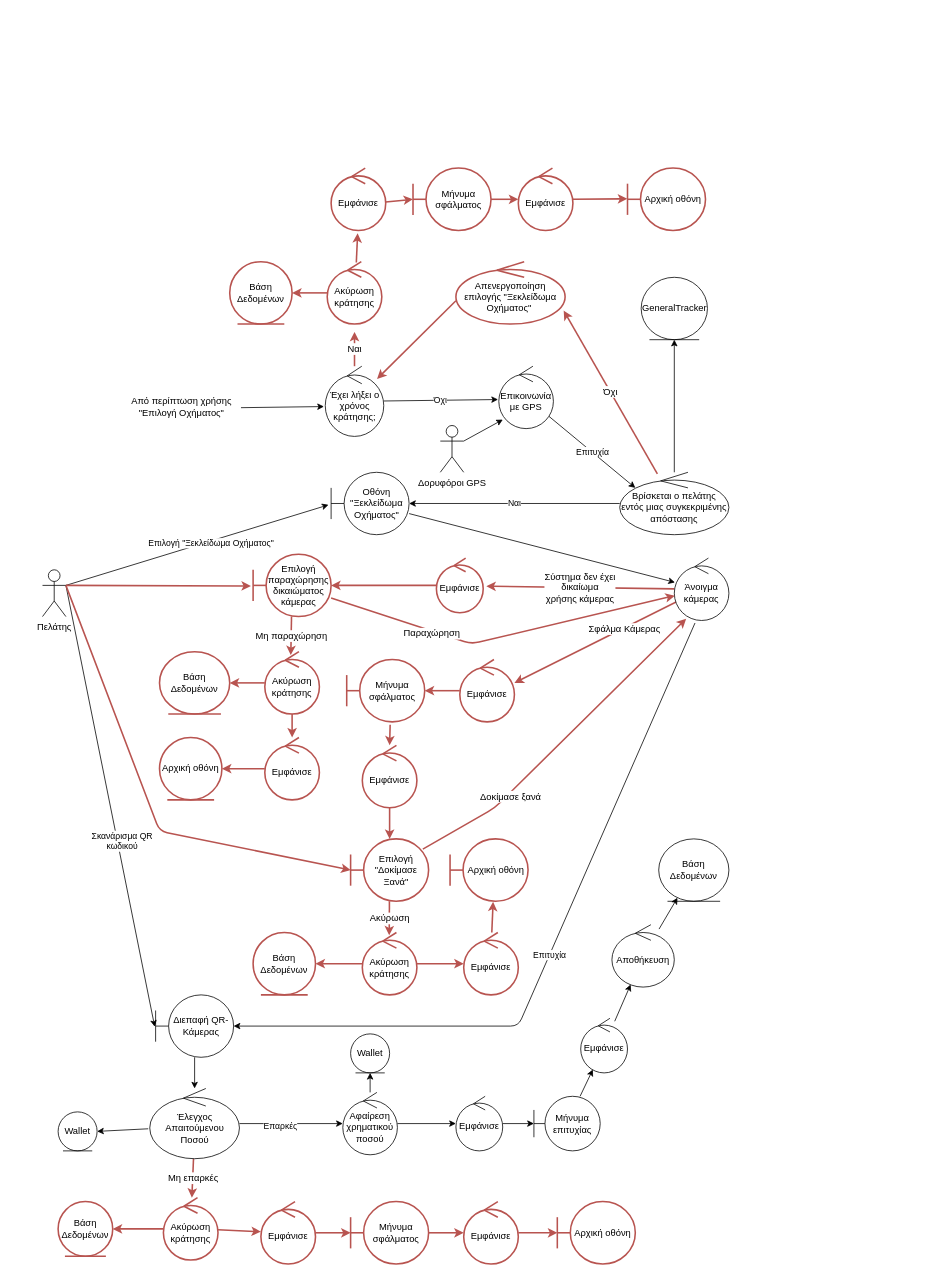
Above: Part_2/Robustness/diagrams/02_Ξεκλείδωμα_Οχήματος.drawio in Nikolis2002/texnoligia_logismikou (draw.io), before the change. Source tidied: cells renumbered, new cells numbered last; positions are measured from the earlier drawing's top-left corner, leaving out a move shared by most shapes. Both pictures are drawn from the tidied source at 78%, with x=0, y=0 at pixel (42, 168).
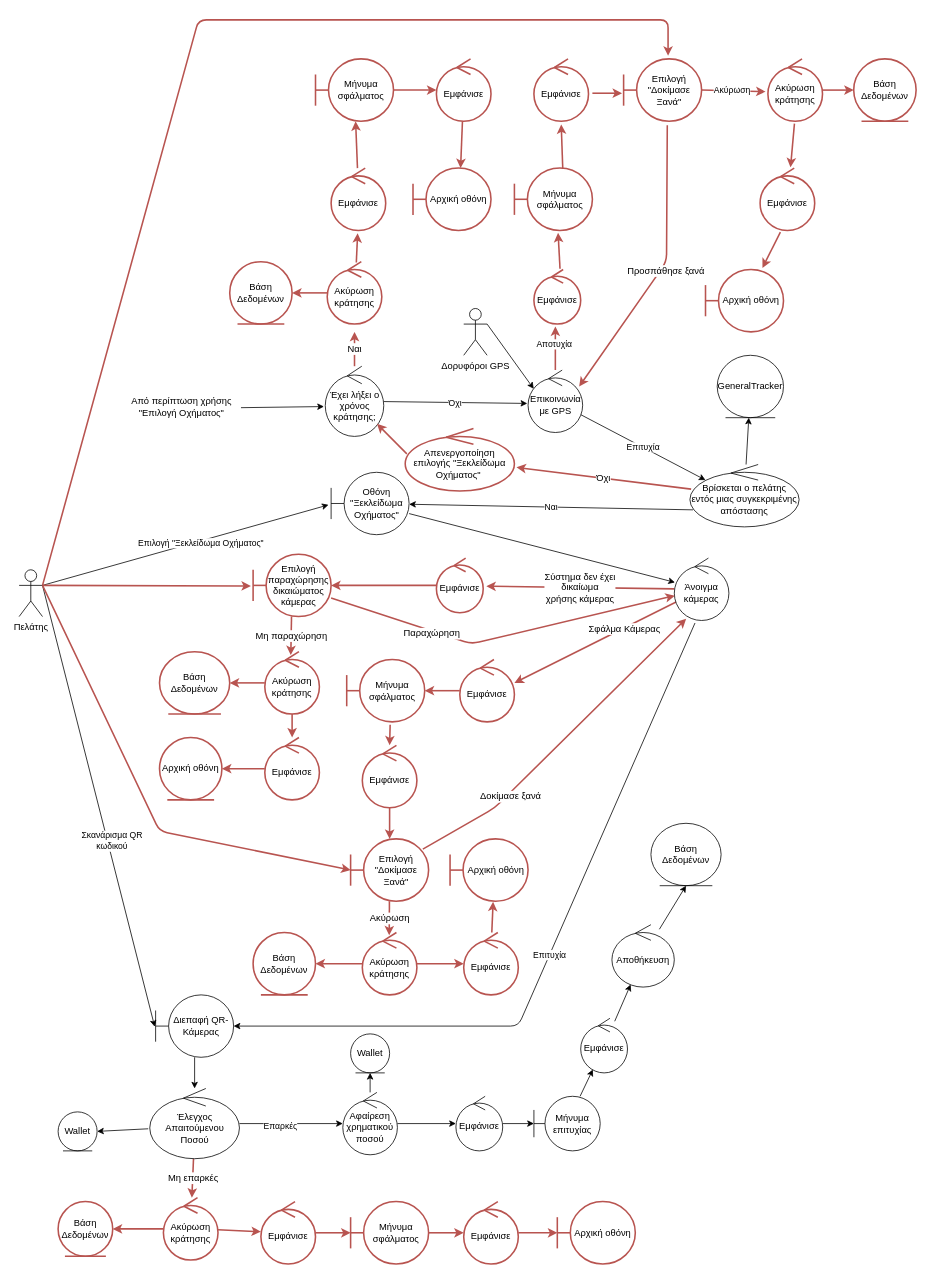
After the change.

Unchanged cells that the change refers to:
```xml
<mxCell id="10" value="Έχει λήξει ο χρόνος κράτησης;" style="ellipse;shape=umlControl;whiteSpace=wrap;html=1;" parent="1" vertex="1">
  <mxGeometry x="362.5" y="254" width="75" height="90" as="geometry" />
</mxCell>
<mxCell id="16" value="Οθόνη &quot;Ξεκλείδωμα Οχήματος&quot;" style="shape=umlBoundary;whiteSpace=wrap;html=1;" parent="1" vertex="1">
  <mxGeometry x="370" y="390" width="100" height="80" as="geometry" />
</mxCell>
<mxCell id="36" value="Αποθήκευση" style="ellipse;shape=umlControl;whiteSpace=wrap;html=1;" parent="1" vertex="1">
  <mxGeometry x="730" y="970" width="80" height="80" as="geometry" />
</mxCell>
```

Change to the diagram source:
```diff
@@
     <mxCell id="7" value="Πελάτης" style="shape=umlActor;verticalLabelPosition=bottom;verticalAlign=top;html=1;" parent="1" vertex="1">
-      <mxGeometry y="515" width="30" height="60" as="geometry" />
+      <mxGeometry x="-30" y="515" width="30" height="60" as="geometry" />
     </mxCell>
@@
-    <mxCell id="11" value="Ναι" style="edgeStyle=none;html=1;" parent="1" edge="1" target="16">
-      <mxGeometry relative="1" as="geometry">
-        <mxPoint x="740" y="430" as="sourcePoint" />
-      </mxGeometry>
+    <mxCell id="11" value="Ναι" style="edgeStyle=none;html=1;exitX=0.028;exitY=0.727;exitDx=0;exitDy=0;exitPerimeter=0;" parent="1" edge="1" source="14" target="16">
+      <mxGeometry relative="1" as="geometry" />
     </mxCell>
-    <mxCell id="12" value="Όχι" style="edgeStyle=none;html=1;entryX=0.987;entryY=0.783;entryDx=0;entryDy=0;entryPerimeter=0;fontSize=12;fillColor=none;strokeColor=#b85450;strokeWidth=2;" parent="1" edge="1" source="14" target="45">
+    <mxCell id="12" value="Όχι" style="edgeStyle=none;html=1;entryX=1.019;entryY=0.621;entryDx=0;entryDy=0;entryPerimeter=0;fontSize=12;fillColor=none;strokeColor=#b85450;strokeWidth=2;" parent="1" edge="1" source="14" target="45">
       <mxGeometry relative="1" as="geometry" />
     </mxCell>
@@
     <mxCell id="14" value="Βρίσκεται ο πελάτης εντός μιας συγκεκριμένης απόστασης" style="ellipse;shape=umlControl;whiteSpace=wrap;html=1;" parent="1" vertex="1">
-      <mxGeometry x="740" y="390" width="140" height="80" as="geometry" />
+      <mxGeometry x="830" y="380" width="140" height="80" as="geometry" />
     </mxCell>
@@
-    <mxCell id="35" style="edgeStyle=none;html=1;" parent="1" edge="1" source="36" target="38">
+    <mxCell id="35" style="edgeStyle=none;html=1;entryX=0.5;entryY=1;entryDx=0;entryDy=0;" parent="1" edge="1" source="36" target="38">
       <mxGeometry relative="1" as="geometry" />
     </mxCell>
@@
     <mxCell id="38" value="Βάση Δεδομένων" style="ellipse;shape=umlEntity;whiteSpace=wrap;html=1;" parent="1" vertex="1">
-      <mxGeometry x="790" y="860" width="90" height="80" as="geometry" />
+      <mxGeometry x="780" y="840" width="90" height="80" as="geometry" />
     </mxCell>
@@
-    <mxCell id="44" style="edgeStyle=none;html=1;exitX=0;exitY=0.625;exitDx=0;exitDy=0;exitPerimeter=0;fontSize=12;fillColor=none;strokeColor=#b85450;strokeWidth=2;" parent="1" edge="1" source="45" target="10">
+    <mxCell id="44" style="edgeStyle=none;html=1;exitX=0.015;exitY=0.405;exitDx=0;exitDy=0;exitPerimeter=0;fontSize=12;fillColor=none;strokeColor=#b85450;strokeWidth=2;" parent="1" edge="1" source="45" target="10">
       <mxGeometry relative="1" as="geometry" />
     </mxCell>
     <mxCell id="45" value="Απενεργοποίηση&lt;br&gt;επιλογής &quot;Ξεκλείδωμα Οχήματος&quot;&amp;nbsp;" style="ellipse;shape=umlControl;whiteSpace=wrap;html=1;fillColor=none;strokeColor=#b85450;strokeWidth=2;" parent="1" vertex="1">
-      <mxGeometry x="530" y="120" width="140" height="80" as="geometry" />
+      <mxGeometry x="465" y="334" width="140" height="80" as="geometry" />
     </mxCell>
@@
     <mxCell id="66" value="Επικοινωνία με GPS" style="ellipse;shape=umlControl;whiteSpace=wrap;html=1;" parent="1" vertex="1">
-      <mxGeometry x="585" y="254" width="70" height="80" as="geometry" />
+      <mxGeometry x="622.5" y="259" width="70" height="80" as="geometry" />
     </mxCell>
     <mxCell id="67" value="GeneralTracker" style="ellipse;shape=umlEntity;whiteSpace=wrap;html=1;" parent="1" vertex="1">
-      <mxGeometry x="767.5" y="140" width="85" height="80" as="geometry" />
+      <mxGeometry x="865" y="240" width="85" height="80" as="geometry" />
     </mxCell>
     <mxCell id="68" value="Δορυφόροι GPS" style="shape=umlActor;verticalLabelPosition=bottom;verticalAlign=top;html=1;" parent="1" vertex="1">
-      <mxGeometry x="510" y="330" width="30" height="60" as="geometry" />
+      <mxGeometry x="540" y="180" width="30" height="60" as="geometry" />
     </mxCell>
@@
-    <mxCell id="85" style="edgeStyle=none;html=1;endArrow=classic;endFill=1;entryX=-0.003;entryY=0.492;entryDx=0;entryDy=0;entryPerimeter=0;fontSize=12;fillColor=none;strokeColor=#b85450;strokeWidth=2;" parent="1" edge="1" source="86" target="90">
+    <mxCell id="85" style="edgeStyle=none;html=1;endArrow=classic;endFill=1;entryX=0.61;entryY=0;entryDx=0;entryDy=0;entryPerimeter=0;fontSize=12;fillColor=none;strokeColor=#b85450;strokeWidth=2;" parent="1" edge="1" source="86" target="90">
       <mxGeometry relative="1" as="geometry" />
     </mxCell>
     <mxCell id="86" value="Εμφάνισε" style="ellipse;shape=umlControl;whiteSpace=wrap;html=1;fillColor=none;strokeColor=#b85450;strokeWidth=2;" parent="1" vertex="1">
-      <mxGeometry x="610" width="70" height="80" as="geometry" />
+      <mxGeometry x="505" y="-140" width="70" height="80" as="geometry" />
     </mxCell>
@@
     <mxCell id="88" value="Μήνυμα σφάλματος" style="shape=umlBoundary;whiteSpace=wrap;html=1;fillColor=none;strokeColor=#b85450;strokeWidth=2;" parent="1" vertex="1">
-      <mxGeometry x="475" width="100" height="80" as="geometry" />
+      <mxGeometry x="350" y="-140" width="100" height="80" as="geometry" />
     </mxCell>
@@
     <mxCell id="90" value="Αρχική οθόνη" style="shape=umlBoundary;whiteSpace=wrap;html=1;fillColor=none;strokeColor=#b85450;strokeWidth=2;" parent="1" vertex="1">
-      <mxGeometry x="750" width="100" height="80" as="geometry" />
+      <mxGeometry x="475" width="100" height="80" as="geometry" />
     </mxCell>
@@
-    <mxCell id="101" style="edgeStyle=none;html=1;entryX=0.074;entryY=0.856;entryDx=0;entryDy=0;entryPerimeter=0;exitX=1;exitY=0.3333333333333333;exitDx=0;exitDy=0;exitPerimeter=0;" parent="1" edge="1" source="68" target="66">
+    <mxCell id="101" style="edgeStyle=none;html=1;entryX=0.104;entryY=0.3;entryDx=0;entryDy=0;entryPerimeter=0;exitX=1;exitY=0.3333333333333333;exitDx=0;exitDy=0;exitPerimeter=0;" parent="1" edge="1" source="68" target="66">
       <mxGeometry relative="1" as="geometry" />
     </mxCell>
@@
+    <mxCell id="103" style="edgeStyle=none;html=1;endArrow=classic;endFill=1;fontSize=12;fillColor=none;strokeColor=#b85450;strokeWidth=2;entryX=0.458;entryY=1.043;entryDx=0;entryDy=0;entryPerimeter=0;" parent="1" edge="1" source="66" target="105">
+      <mxGeometry relative="1" as="geometry" />
+    </mxCell>
+    <mxCell id="104" value="Αποτυχία" style="edgeLabel;html=1;align=center;verticalAlign=middle;" parent="103" vertex="1">
+      <mxGeometry x="0.24" y="-2" relative="1" as="geometry">
+        <mxPoint x="-4" y="2" as="offset" />
+      </mxGeometry>
+    </mxCell>
+    <mxCell id="105" value="Εμφάνισε" style="ellipse;shape=umlControl;whiteSpace=wrap;html=1;fillColor=none;strokeColor=#b85450;strokeWidth=2;" parent="1" vertex="1">
+      <mxGeometry x="630" y="130" width="60" height="70" as="geometry" />
+    </mxCell>
+    <mxCell id="106" value="Μήνυμα σφάλματος" style="shape=umlBoundary;whiteSpace=wrap;html=1;fillColor=none;strokeColor=#b85450;strokeWidth=2;" parent="1" vertex="1">
+      <mxGeometry x="605" width="100" height="80" as="geometry" />
+    </mxCell>
+    <mxCell id="107" style="edgeStyle=none;html=1;fontSize=12;fillColor=none;strokeColor=#b85450;strokeWidth=2;exitX=0.558;exitY=-0.014;exitDx=0;exitDy=0;exitPerimeter=0;entryX=0.56;entryY=1.038;entryDx=0;entryDy=0;entryPerimeter=0;" parent="1" edge="1" source="105" target="106">
+      <mxGeometry relative="1" as="geometry" />
+    </mxCell>
+    <mxCell id="108" value="Εμφάνισε" style="ellipse;shape=umlControl;whiteSpace=wrap;html=1;fillColor=none;strokeColor=#b85450;strokeWidth=2;" parent="1" vertex="1">
+      <mxGeometry x="630" y="-140" width="70" height="80" as="geometry" />
+    </mxCell>
+    <mxCell id="109" style="edgeStyle=none;html=1;fontSize=12;fillColor=none;strokeColor=#b85450;strokeWidth=2;entryX=0.5;entryY=1.05;entryDx=0;entryDy=0;entryPerimeter=0;exitX=0.62;exitY=0.013;exitDx=0;exitDy=0;exitPerimeter=0;" parent="1" edge="1" source="106" target="108">
+      <mxGeometry relative="1" as="geometry" />
+    </mxCell>
+    <mxCell id="110" value="Επιλογή &quot;Δοκίμασε Ξανά&quot;" style="shape=umlBoundary;whiteSpace=wrap;html=1;fillColor=none;strokeColor=#b85450;strokeWidth=2;" parent="1" vertex="1">
+      <mxGeometry x="745" y="-140" width="100" height="80" as="geometry" />
+    </mxCell>
+    <mxCell id="111" style="edgeStyle=none;html=1;fontSize=12;fillColor=none;strokeColor=#b85450;strokeWidth=2;entryX=-0.02;entryY=0.55;entryDx=0;entryDy=0;entryPerimeter=0;exitX=1.071;exitY=0.55;exitDx=0;exitDy=0;exitPerimeter=0;" parent="1" edge="1" source="108" target="110">
+      <mxGeometry relative="1" as="geometry" />
+    </mxCell>
+    <mxCell id="112" style="edgeStyle=none;html=1;fontSize=12;fillColor=none;strokeColor=#b85450;strokeWidth=2;entryX=0.57;entryY=-0.05;entryDx=0;entryDy=0;entryPerimeter=0;exitX=1;exitY=0.3333333333333333;exitDx=0;exitDy=0;exitPerimeter=0;" parent="1" edge="1" source="7" target="110">
+      <mxGeometry relative="1" as="geometry">
+        <Array as="points">
+          <mxPoint x="200" y="-190" />
+          <mxPoint x="802" y="-190" />
+        </Array>
+      </mxGeometry>
+    </mxCell>
+    <mxCell id="113" value="Ακύρωση κράτησης" style="ellipse;shape=umlControl;whiteSpace=wrap;html=1;fillColor=none;strokeColor=#b85450;strokeWidth=2;" parent="1" vertex="1">
+      <mxGeometry x="930" y="-140" width="70" height="80" as="geometry" />
+    </mxCell>
+    <mxCell id="114" style="edgeStyle=none;html=1;fontSize=12;fillColor=none;strokeColor=#b85450;strokeWidth=2;entryX=-0.043;entryY=0.525;entryDx=0;entryDy=0;entryPerimeter=0;exitX=1;exitY=0.5;exitDx=0;exitDy=0;exitPerimeter=0;" parent="1" edge="1" source="110" target="113">
+      <mxGeometry relative="1" as="geometry" />
+    </mxCell>
+    <mxCell id="115" value="Ακύρωση" style="edgeLabel;html=1;align=center;verticalAlign=middle;" parent="114" vertex="1">
+      <mxGeometry x="-0.37" y="2" relative="1" as="geometry">
+        <mxPoint x="12" y="1" as="offset" />
+      </mxGeometry>
+    </mxCell>
+    <mxCell id="116" value="Εμφάνισε" style="ellipse;shape=umlControl;whiteSpace=wrap;html=1;fillColor=none;strokeColor=#b85450;strokeWidth=2;" parent="1" vertex="1">
+      <mxGeometry x="920" width="70" height="80" as="geometry" />
+    </mxCell>
+    <mxCell id="117" value="Βάση Δεδομένων" style="ellipse;shape=umlEntity;whiteSpace=wrap;html=1;fillColor=none;strokeColor=#b85450;strokeWidth=2;" parent="1" vertex="1">
+      <mxGeometry x="1040" y="-140" width="80" height="80" as="geometry" />
+    </mxCell>
+    <mxCell id="118" value="Αρχική οθόνη" style="shape=umlBoundary;whiteSpace=wrap;html=1;fillColor=none;strokeColor=#b85450;strokeWidth=2;" parent="1" vertex="1">
+      <mxGeometry x="850" y="130" width="100" height="80" as="geometry" />
+    </mxCell>
+    <mxCell id="119" style="edgeStyle=none;html=1;fontSize=12;fillColor=none;strokeColor=#b85450;strokeWidth=2;entryX=0;entryY=0.5;entryDx=0;entryDy=0;" parent="1" edge="1" source="113" target="117">
+      <mxGeometry relative="1" as="geometry" />
+    </mxCell>
+    <mxCell id="120" style="edgeStyle=none;html=1;fontSize=12;fillColor=none;strokeColor=#b85450;strokeWidth=2;entryX=0.557;entryY=-0.012;entryDx=0;entryDy=0;exitX=0.486;exitY=1.038;exitDx=0;exitDy=0;exitPerimeter=0;entryPerimeter=0;" parent="1" edge="1" source="113" target="116">
+      <mxGeometry relative="1" as="geometry" />
+    </mxCell>
+    <mxCell id="121" style="edgeStyle=none;html=1;fontSize=12;fillColor=none;strokeColor=#b85450;strokeWidth=2;entryX=0.73;entryY=-0.025;entryDx=0;entryDy=0;entryPerimeter=0;exitX=0.371;exitY=1.025;exitDx=0;exitDy=0;exitPerimeter=0;" parent="1" edge="1" source="116" target="118">
+      <mxGeometry relative="1" as="geometry" />
+    </mxCell>
+    <mxCell id="122" style="edgeStyle=none;html=1;fontSize=12;fillColor=none;strokeColor=#b85450;strokeWidth=2;entryX=0.936;entryY=0.263;entryDx=0;entryDy=0;entryPerimeter=0;exitX=0.56;exitY=1.063;exitDx=0;exitDy=0;exitPerimeter=0;" parent="1" edge="1" source="110" target="66">
+      <mxGeometry relative="1" as="geometry">
+        <Array as="points">
+          <mxPoint x="800" y="120" />
+        </Array>
+      </mxGeometry>
+    </mxCell>
+    <mxCell id="123" value="&lt;span style=&quot;font-size: 12px;&quot;&gt;Προσπάθησε ξανά&lt;/span&gt;" style="edgeLabel;html=1;align=center;verticalAlign=middle;" parent="122" vertex="1">
+      <mxGeometry y="5" relative="1" as="geometry" />
+    </mxCell>
```
